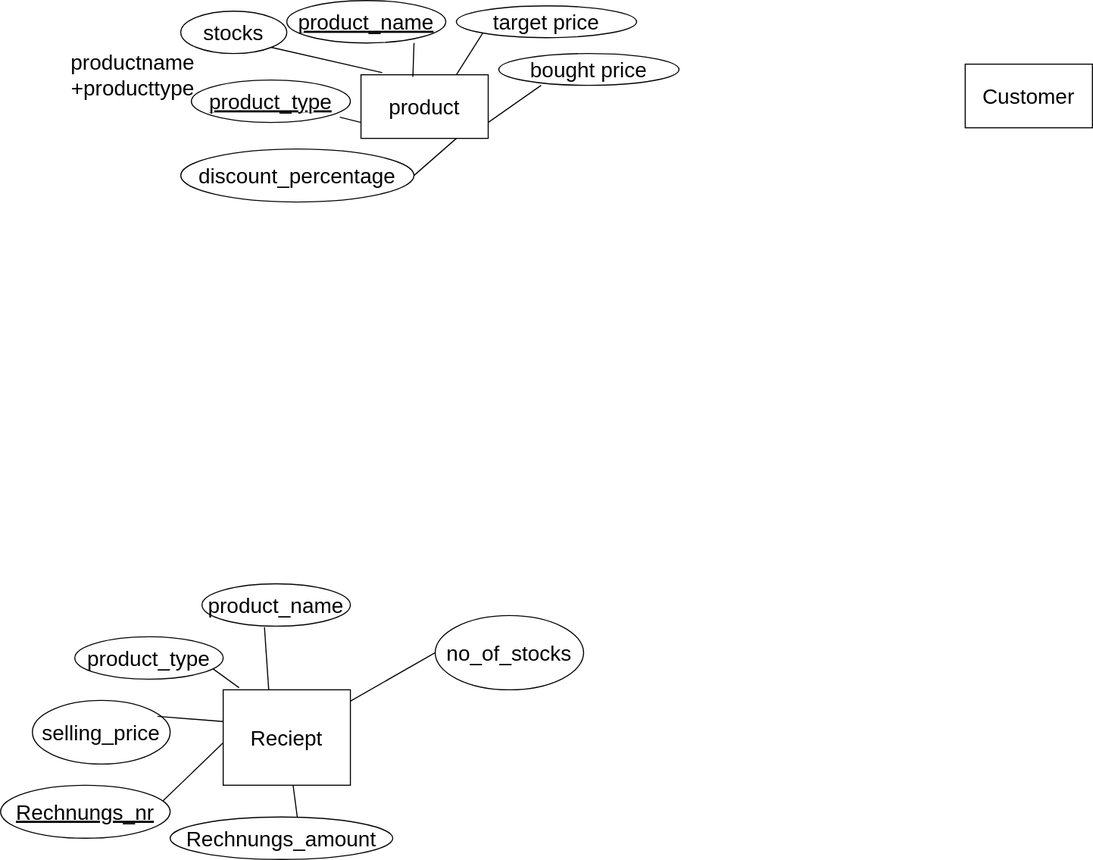
Earlier version of the draw.io export DiyaDesktop.svg (bishalmhrjan/JavaFX-Employee-Customer-Product-Manager). Source tidied: cells renumbered, new cells last; positions are measured from the earlier drawing's top-left corner, leaving out a move shared by most shapes.
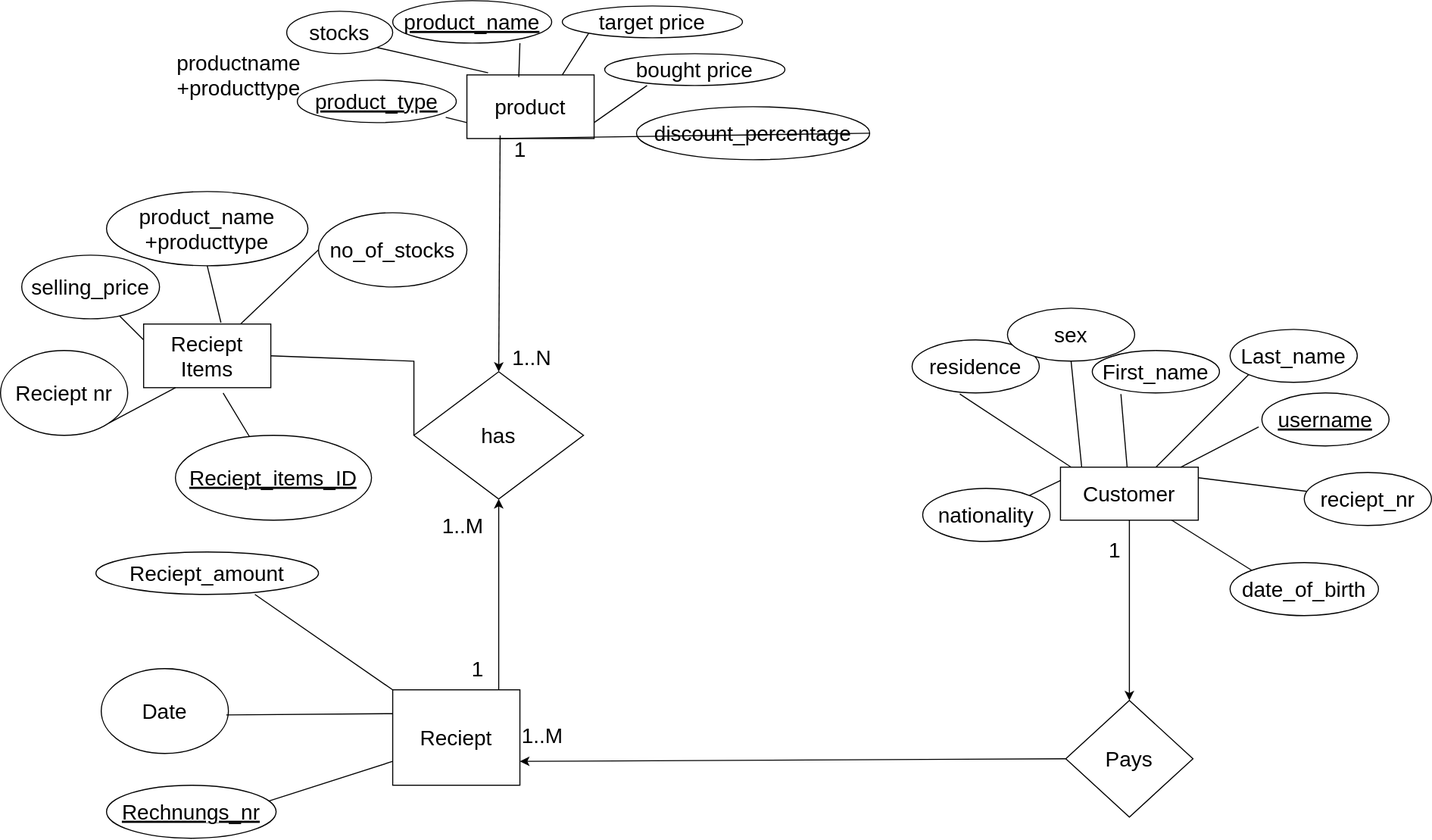
The same diagram one commit later.

Commit message:
Er-diagramm for customer,reciept, product and REciept Item is finished.

The edit, as a diff of the source:
```diff
@@ -6,16 +6,16 @@
       <mxGeometry x="340" y="70" width="120" height="60" as="geometry" />
     </mxCell>
     <mxCell id="3" value="Reciept" style="rounded=0;whiteSpace=wrap;html=1;fontSize=20;" parent="1" vertex="1">
-      <mxGeometry x="210" y="650" width="120" height="90" as="geometry" />
+      <mxGeometry x="270" y="650" width="120" height="90" as="geometry" />
     </mxCell>
     <mxCell id="4" value="Customer" style="rounded=0;whiteSpace=wrap;html=1;fontSize=20;" parent="1" vertex="1">
-      <mxGeometry x="910" y="60" width="120" height="60" as="geometry" />
+      <mxGeometry x="900" y="440" width="130" height="50" as="geometry" />
     </mxCell>
     <mxCell id="5" value="&lt;u&gt;product_type&lt;/u&gt;" style="ellipse;whiteSpace=wrap;html=1;fontSize=20;" parent="1" vertex="1">
       <mxGeometry x="180" y="75" width="150" height="40" as="geometry" />
     </mxCell>
     <mxCell id="6" value="discount_percentage" style="ellipse;whiteSpace=wrap;html=1;fontSize=20;" parent="1" vertex="1">
-      <mxGeometry x="170" y="140" width="220" height="50" as="geometry" />
+      <mxGeometry x="500" y="100" width="220" height="50" as="geometry" />
     </mxCell>
     <mxCell id="7" value="bought price" style="ellipse;whiteSpace=wrap;html=1;fontSize=20;" parent="1" vertex="1">
       <mxGeometry x="470" y="50" width="170" height="30" as="geometry" />
@@ -50,54 +50,175 @@
         <mxPoint x="320" y="110" as="sourcePoint" />
       </mxGeometry>
     </mxCell>
-    <mxCell id="16" style="endArrow=none;html=1;rounded=0;fontSize=20;exitX=1;exitY=0.5;exitDx=0;exitDy=0;" parent="1" edge="1" source="6">
-      <mxGeometry relative="1" as="geometry">
-        <mxPoint x="430" y="130" as="targetPoint" />
-      </mxGeometry>
+    <mxCell id="16" style="endArrow=none;html=1;rounded=0;fontSize=20;exitX=1;exitY=0.5;exitDx=0;exitDy=0;entryX=0.25;entryY=1;entryDx=0;entryDy=0;" parent="1" edge="1" source="6" target="2">
+      <mxGeometry relative="1" as="geometry" />
     </mxCell>
     <mxCell id="17" value="productname&lt;br&gt;+producttype" style="text;html=1;strokeColor=none;fillColor=none;align=center;verticalAlign=middle;whiteSpace=wrap;rounded=0;fontSize=20;" parent="1" vertex="1">
       <mxGeometry x="70" y="10" width="110" height="120" as="geometry" />
     </mxCell>
-    <mxCell id="18" value="product_name&lt;br&gt;" style="ellipse;whiteSpace=wrap;html=1;fontSize=20;" parent="1" vertex="1">
-      <mxGeometry x="190" y="550" width="140" height="40" as="geometry" />
-    </mxCell>
-    <mxCell id="19" value="product_type" style="ellipse;whiteSpace=wrap;html=1;fontSize=20;" parent="1" vertex="1">
-      <mxGeometry x="70" y="600" width="140" height="40" as="geometry" />
-    </mxCell>
-    <mxCell id="20" value="Rechnungs_amount" style="ellipse;whiteSpace=wrap;html=1;fontSize=20;" parent="1" vertex="1">
-      <mxGeometry x="160" y="770" width="210" height="40" as="geometry" />
+    <mxCell id="20" value="Reciept_amount" style="ellipse;whiteSpace=wrap;html=1;fontSize=20;" parent="1" vertex="1">
+      <mxGeometry x="-10" y="520" width="210" height="40" as="geometry" />
     </mxCell>
     <mxCell id="21" value="&lt;u&gt;Rechnungs_nr&lt;/u&gt;" style="ellipse;whiteSpace=wrap;html=1;fontSize=20;" parent="1" vertex="1">
       <mxGeometry y="740" width="160" height="50" as="geometry" />
     </mxCell>
     <mxCell id="22" value="no_of_stocks" style="ellipse;whiteSpace=wrap;html=1;fontSize=20;" parent="1" vertex="1">
-      <mxGeometry x="410" y="580" width="140" height="70" as="geometry" />
+      <mxGeometry x="200" y="200" width="140" height="70" as="geometry" />
     </mxCell>
     <mxCell id="23" value="selling_price" style="ellipse;whiteSpace=wrap;html=1;fontSize=20;" parent="1" vertex="1">
-      <mxGeometry x="30" y="660" width="130" height="60" as="geometry" />
+      <mxGeometry x="-80" y="240" width="130" height="60" as="geometry" />
     </mxCell>
-    <mxCell id="24" style="endArrow=none;html=1;rounded=0;fontSize=20;exitX=1.1;exitY=0.375;exitDx=0;exitDy=0;exitPerimeter=0;entryX=0;entryY=0.333;entryDx=0;entryDy=0;entryPerimeter=0;" parent="1" edge="1" source="30" target="3">
+    <mxCell id="24" style="endArrow=none;html=1;rounded=0;fontSize=20;entryX=0;entryY=0.25;entryDx=0;entryDy=0;" parent="1" edge="1" source="23" target="57">
       <mxGeometry relative="1" as="geometry" />
     </mxCell>
-    <mxCell id="25" style="endArrow=none;html=1;rounded=0;fontSize=20;exitX=0.956;exitY=0.3;exitDx=0;exitDy=0;exitPerimeter=0;" parent="1" edge="1" source="21">
-      <mxGeometry relative="1" as="geometry">
-        <mxPoint x="210" y="700" as="targetPoint" />
-      </mxGeometry>
+    <mxCell id="25" style="endArrow=none;html=1;rounded=0;fontSize=20;exitX=0.956;exitY=0.3;exitDx=0;exitDy=0;exitPerimeter=0;entryX=0;entryY=0.75;entryDx=0;entryDy=0;" parent="1" edge="1" source="21" target="3">
+      <mxGeometry relative="1" as="geometry" />
     </mxCell>
-    <mxCell id="26" style="endArrow=none;html=1;rounded=0;fontSize=20;exitX=0.571;exitY=0;exitDx=0;exitDy=0;exitPerimeter=0;" parent="1" edge="1" source="20" target="3">
+    <mxCell id="26" style="endArrow=none;html=1;rounded=0;fontSize=20;entryX=0;entryY=0;entryDx=0;entryDy=0;exitX=0.714;exitY=1;exitDx=0;exitDy=0;exitPerimeter=0;" parent="1" edge="1" source="20" target="3">
       <mxGeometry relative="1" as="geometry" />
     </mxCell>
-    <mxCell id="27" style="endArrow=none;html=1;rounded=0;fontSize=20;exitX=0.125;exitY=-0.022;exitDx=0;exitDy=0;exitPerimeter=0;entryX=0.929;entryY=0.75;entryDx=0;entryDy=0;entryPerimeter=0;" parent="1" edge="1" source="3" target="19">
-      <mxGeometry relative="1" as="geometry" />
-    </mxCell>
-    <mxCell id="28" style="endArrow=none;html=1;rounded=0;fontSize=20;exitX=0.358;exitY=0;exitDx=0;exitDy=0;exitPerimeter=0;entryX=0.421;entryY=1.025;entryDx=0;entryDy=0;entryPerimeter=0;" parent="1" edge="1" source="3" target="18">
-      <mxGeometry relative="1" as="geometry" />
-    </mxCell>
-    <mxCell id="29" style="endArrow=none;html=1;rounded=0;fontSize=20;entryX=0;entryY=0.5;entryDx=0;entryDy=0;" parent="1" edge="1" source="3" target="22">
+    <mxCell id="29" style="endArrow=none;html=1;rounded=0;fontSize=20;entryX=0;entryY=0.5;entryDx=0;entryDy=0;" parent="1" edge="1" source="57" target="22">
       <mxGeometry relative="1" as="geometry" />
     </mxCell>
     <mxCell id="30" value="&amp;nbsp;" style="text;html=1;align=center;verticalAlign=middle;points=[];strokeColor=none;fillColor=none;fontSize=20;" parent="1" vertex="1">
       <mxGeometry x="115" y="660" width="30" height="40" as="geometry" />
     </mxCell>
+    <mxCell id="31" value="residence" style="ellipse;whiteSpace=wrap;html=1;fontSize=20;" parent="1" vertex="1">
+      <mxGeometry x="760" y="320" width="120" height="50" as="geometry" />
+    </mxCell>
+    <mxCell id="32" value="nationality" style="ellipse;whiteSpace=wrap;html=1;fontSize=20;" parent="1" vertex="1">
+      <mxGeometry x="770" y="460" width="120" height="50" as="geometry" />
+    </mxCell>
+    <mxCell id="33" value="sex" style="ellipse;whiteSpace=wrap;html=1;fontSize=20;" parent="1" vertex="1">
+      <mxGeometry x="850" y="290" width="120" height="50" as="geometry" />
+    </mxCell>
+    <mxCell id="34" value="date_of_birth" style="ellipse;whiteSpace=wrap;html=1;fontSize=20;" parent="1" vertex="1">
+      <mxGeometry x="1060" y="530" width="140" height="50" as="geometry" />
+    </mxCell>
+    <mxCell id="35" value="reciept_nr" style="ellipse;whiteSpace=wrap;html=1;fontSize=20;" parent="1" vertex="1">
+      <mxGeometry x="1130" y="445" width="120" height="50" as="geometry" />
+    </mxCell>
+    <mxCell id="36" value="&lt;u&gt;username&lt;/u&gt;" style="ellipse;whiteSpace=wrap;html=1;fontSize=20;" parent="1" vertex="1">
+      <mxGeometry x="1090" y="370" width="120" height="50" as="geometry" />
+    </mxCell>
+    <mxCell id="37" value="Last_name" style="ellipse;whiteSpace=wrap;html=1;fontSize=20;" parent="1" vertex="1">
+      <mxGeometry x="1060" y="310" width="120" height="50" as="geometry" />
+    </mxCell>
+    <mxCell id="38" value="First_name" style="ellipse;whiteSpace=wrap;html=1;fontSize=20;" parent="1" vertex="1">
+      <mxGeometry x="930" y="330" width="120" height="40" as="geometry" />
+    </mxCell>
+    <mxCell id="39" style="endArrow=none;html=1;rounded=0;fontSize=20;exitX=0.375;exitY=1.02;exitDx=0;exitDy=0;exitPerimeter=0;" parent="1" edge="1" source="31">
+      <mxGeometry relative="1" as="geometry">
+        <mxPoint x="910" y="440" as="targetPoint" />
+      </mxGeometry>
+    </mxCell>
+    <mxCell id="40" style="endArrow=none;html=1;rounded=0;fontSize=20;entryX=0;entryY=0.25;entryDx=0;entryDy=0;" parent="1" edge="1" source="32" target="4">
+      <mxGeometry relative="1" as="geometry" />
+    </mxCell>
+    <mxCell id="41" style="endArrow=none;html=1;rounded=0;fontSize=20;" parent="1" edge="1">
+      <mxGeometry relative="1" as="geometry">
+        <mxPoint x="910" y="340" as="sourcePoint" />
+        <mxPoint x="920" y="440" as="targetPoint" />
+      </mxGeometry>
+    </mxCell>
+    <mxCell id="42" style="endArrow=none;html=1;rounded=0;fontSize=20;entryX=0;entryY=0;entryDx=0;entryDy=0;" parent="1" edge="1" source="4" target="34">
+      <mxGeometry relative="1" as="geometry" />
+    </mxCell>
+    <mxCell id="43" style="endArrow=none;html=1;rounded=0;fontSize=20;" parent="1" edge="1" target="35">
+      <mxGeometry relative="1" as="geometry">
+        <mxPoint x="1030" y="450" as="sourcePoint" />
+      </mxGeometry>
+    </mxCell>
+    <mxCell id="44" style="endArrow=none;html=1;rounded=0;fontSize=20;entryX=-0.025;entryY=0.64;entryDx=0;entryDy=0;entryPerimeter=0;" parent="1" edge="1" source="4" target="36">
+      <mxGeometry relative="1" as="geometry" />
+    </mxCell>
+    <mxCell id="45" style="endArrow=none;html=1;rounded=0;fontSize=20;entryX=0.225;entryY=1.025;entryDx=0;entryDy=0;entryPerimeter=0;" parent="1" edge="1" source="4" target="38">
+      <mxGeometry relative="1" as="geometry" />
+    </mxCell>
+    <mxCell id="46" style="endArrow=none;html=1;rounded=0;fontSize=20;entryX=0;entryY=1;entryDx=0;entryDy=0;" parent="1" edge="1" source="4" target="37">
+      <mxGeometry relative="1" as="geometry" />
+    </mxCell>
+    <mxCell id="47" value="has" style="rhombus;whiteSpace=wrap;html=1;fontSize=20;" parent="1" vertex="1">
+      <mxGeometry x="290" y="350" width="160" height="120" as="geometry" />
+    </mxCell>
+    <mxCell id="48" value="Pays" style="rhombus;whiteSpace=wrap;html=1;fontSize=20;" parent="1" vertex="1">
+      <mxGeometry x="905" y="660" width="120" height="110" as="geometry" />
+    </mxCell>
+    <mxCell id="49" style="endArrow=classic;html=1;rounded=0;fontSize=20;entryX=0.5;entryY=1;entryDx=0;entryDy=0;" parent="1" edge="1" target="47">
+      <mxGeometry relative="1" as="geometry">
+        <mxPoint x="370" y="650" as="sourcePoint" />
+      </mxGeometry>
+    </mxCell>
+    <mxCell id="50" value="1..N" style="edgeLabel;html=1;align=center;verticalAlign=middle;fontSize=20;" parent="49" vertex="1">
+      <mxGeometry x="-0.71" y="-6" relative="1" as="geometry">
+        <mxPoint x="24" y="-290" as="offset" />
+      </mxGeometry>
+    </mxCell>
+    <mxCell id="51" style="endArrow=classic;html=1;rounded=0;fontSize=20;exitX=0.5;exitY=1;exitDx=0;exitDy=0;entryX=0.5;entryY=0;entryDx=0;entryDy=0;" parent="1" edge="1" source="4" target="48">
+      <mxGeometry relative="1" as="geometry" />
+    </mxCell>
+    <mxCell id="52" style="endArrow=classic;html=1;rounded=0;fontSize=20;exitX=0;exitY=0.5;exitDx=0;exitDy=0;entryX=1;entryY=0.75;entryDx=0;entryDy=0;" parent="1" edge="1" source="48" target="3">
+      <mxGeometry relative="1" as="geometry" />
+    </mxCell>
+    <mxCell id="53" style="endArrow=classic;html=1;rounded=0;fontSize=20;entryX=0.5;entryY=0;entryDx=0;entryDy=0;exitX=-0.122;exitY=0.175;exitDx=0;exitDy=0;exitPerimeter=0;" parent="1" edge="1" source="63" target="47">
+      <mxGeometry relative="1" as="geometry" />
+    </mxCell>
+    <mxCell id="54" value="1..M" style="edgeLabel;html=1;align=center;verticalAlign=middle;fontSize=20;" parent="53" vertex="1">
+      <mxGeometry x="0.74" y="-5" relative="1" as="geometry">
+        <mxPoint x="-30" y="172" as="offset" />
+      </mxGeometry>
+    </mxCell>
+    <mxCell id="55" value="1..M" style="edgeLabel;html=1;align=center;verticalAlign=middle;fontSize=20;" parent="1" vertex="1">
+      <mxGeometry x="400" y="160.3" as="geometry">
+        <mxPoint x="10" y="532" as="offset" />
+      </mxGeometry>
+    </mxCell>
+    <mxCell id="56" value="1" style="edgeLabel;html=1;align=center;verticalAlign=middle;fontSize=20;" parent="1" vertex="1">
+      <mxGeometry x="355" y="632" as="geometry">
+        <mxPoint x="595" y="-115" as="offset" />
+      </mxGeometry>
+    </mxCell>
+    <mxCell id="57" value="Reciept Items" style="rounded=0;whiteSpace=wrap;html=1;fontSize=20;" parent="1" vertex="1">
+      <mxGeometry x="35" y="305" width="120" height="60" as="geometry" />
+    </mxCell>
+    <mxCell id="58" value="product_name&lt;br&gt;+producttype" style="ellipse;whiteSpace=wrap;html=1;fontSize=20;" parent="1" vertex="1">
+      <mxGeometry y="180" width="190" height="70" as="geometry" />
+    </mxCell>
+    <mxCell id="59" value="Reciept nr" style="ellipse;whiteSpace=wrap;html=1;fontSize=20;" parent="1" vertex="1">
+      <mxGeometry x="-100" y="330" width="120" height="80" as="geometry" />
+    </mxCell>
+    <mxCell id="60" style="endArrow=none;html=1;rounded=0;fontSize=20;entryX=0.25;entryY=1;entryDx=0;entryDy=0;exitX=1;exitY=1;exitDx=0;exitDy=0;" parent="1" edge="1" source="59" target="57">
+      <mxGeometry relative="1" as="geometry" />
+    </mxCell>
+    <mxCell id="61" style="endArrow=none;html=1;rounded=0;fontSize=20;entryX=0.5;entryY=1;entryDx=0;entryDy=0;exitX=0.608;exitY=-0.022;exitDx=0;exitDy=0;exitPerimeter=0;" parent="1" edge="1" source="57" target="58">
+      <mxGeometry relative="1" as="geometry" />
+    </mxCell>
+    <mxCell id="62" style="endArrow=none;html=1;rounded=0;fontSize=20;entryX=0;entryY=0.5;entryDx=0;entryDy=0;exitX=1;exitY=0.5;exitDx=0;exitDy=0;" parent="1" edge="1" source="57" target="47">
+      <mxGeometry relative="1" as="geometry">
+        <Array as="points">
+          <mxPoint x="290" y="340" />
+        </Array>
+      </mxGeometry>
+    </mxCell>
+    <mxCell id="63" value="1" style="text;html=1;align=center;verticalAlign=middle;points=[];strokeColor=none;fillColor=none;fontSize=20;" parent="1" vertex="1">
+      <mxGeometry x="375" y="120" width="30" height="40" as="geometry" />
+    </mxCell>
+    <mxCell id="64" value="1" style="text;html=1;align=center;verticalAlign=middle;strokeColor=none;fillColor=none;fontSize=20;" parent="1" vertex="1">
+      <mxGeometry x="335" y="610" width="30" height="40" as="geometry" />
+    </mxCell>
+    <mxCell id="65" value="Date" style="ellipse;whiteSpace=wrap;html=1;fontSize=20;" parent="1" vertex="1">
+      <mxGeometry x="-5" y="630" width="120" height="80" as="geometry" />
+    </mxCell>
+    <mxCell id="66" style="endArrow=none;html=1;rounded=0;fontSize=20;exitX=-0.067;exitY=0.342;exitDx=0;exitDy=0;exitPerimeter=0;entryX=0;entryY=0.25;entryDx=0;entryDy=0;" parent="1" edge="1" source="30" target="3">
+      <mxGeometry relative="1" as="geometry" />
+    </mxCell>
+    <mxCell id="67" value="&lt;u&gt;Reciept_items_ID&lt;/u&gt;" style="ellipse;whiteSpace=wrap;html=1;fontSize=20;" parent="1" vertex="1">
+      <mxGeometry x="65" y="410" width="185" height="80" as="geometry" />
+    </mxCell>
+    <mxCell id="68" style="endArrow=none;html=1;rounded=0;fontSize=20;" parent="1" edge="1" source="67">
+      <mxGeometry relative="1" as="geometry">
+        <mxPoint x="110" y="370" as="targetPoint" />
+      </mxGeometry>
+    </mxCell>
   </root>
 </mxGraphModel>
```
